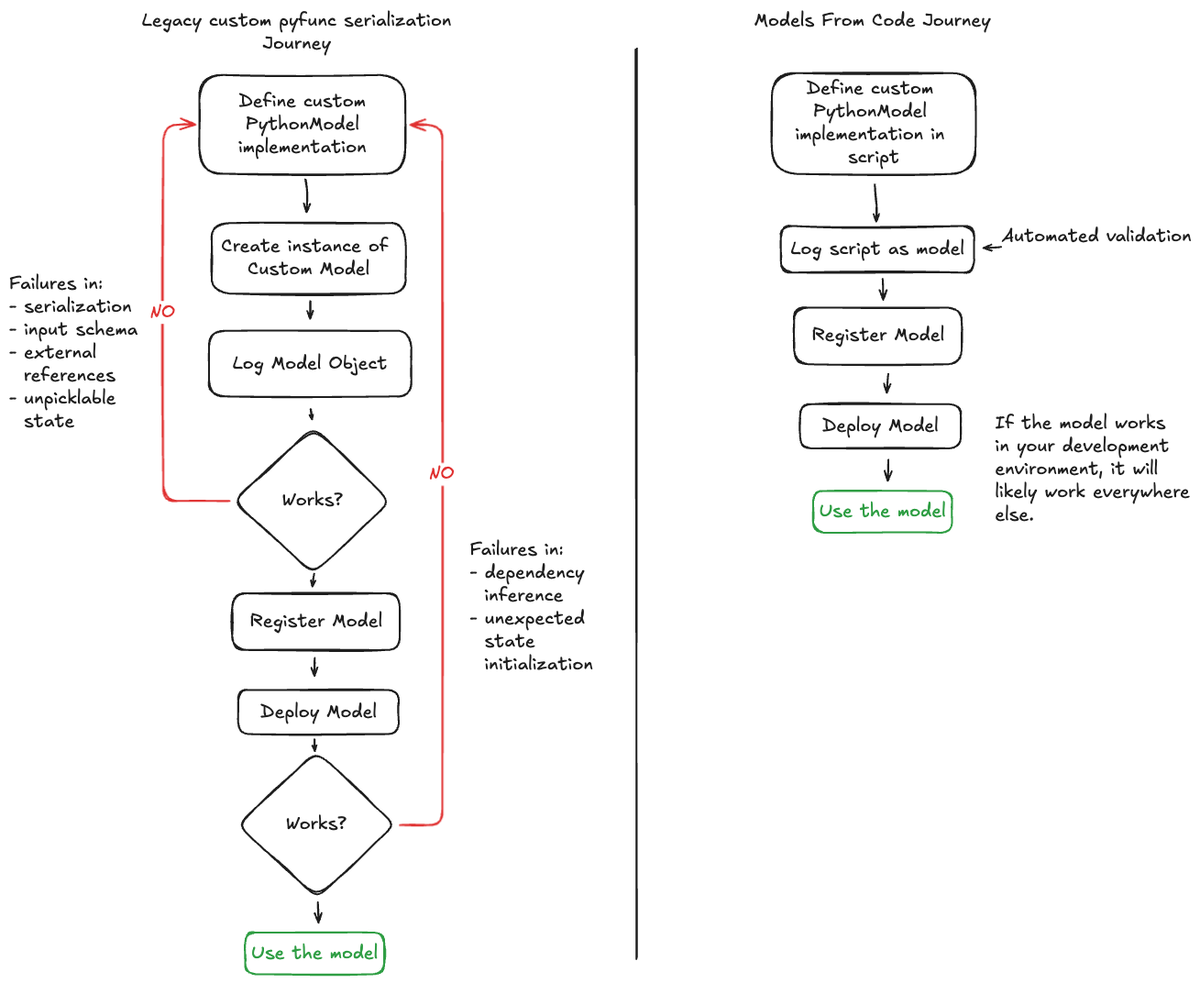
This is docs/source/_static/images/models/models_from_code_journey.png from mlflow/mlflow, a Excalidraw export, as it was before one commit. Source tidied: one line per element, renumbered; positions are measured from the earlier drawing's top-left corner, leaving out a move shared by most shapes. The source it was exported from:
```json
{"id": 0, "type": "rectangle", "strokeColor": "#1e1e1e", "strokeWidth": 2, "roughness": 1, "round": true, "x": 208, "y": 72, "width": 225, "height": 108}
{"id": 1, "type": "text", "text": "Define custom\nPythonModel\nimplementation", "strokeColor": "#1e1e1e", "strokeWidth": 2, "roughness": 1, "fontSize": 20, "fontFamily": 5, "textAlign": "center", "verticalAlign": "middle", "inside": 0, "x": 250, "y": 88, "width": 140, "height": 75}
{"id": 2, "type": "rectangle", "strokeColor": "#1e1e1e", "strokeWidth": 2, "roughness": 1, "round": true, "x": 221, "y": 233, "width": 211, "height": 77}
{"id": 3, "type": "text", "text": "Create instance of \nCustom Model", "strokeColor": "#1e1e1e", "strokeWidth": 2, "roughness": 1, "fontSize": 20, "fontFamily": 5, "textAlign": "center", "verticalAlign": "middle", "inside": 2, "x": 231, "y": 247, "width": 191, "height": 50}
{"id": 4, "type": "rectangle", "strokeColor": "#1e1e1e", "strokeWidth": 2, "roughness": 1, "round": true, "x": 218, "y": 351, "width": 221, "height": 72}
{"id": 5, "type": "text", "text": "Log Model Object", "strokeColor": "#1e1e1e", "strokeWidth": 2, "roughness": 1, "fontSize": 20, "fontFamily": 5, "textAlign": "center", "verticalAlign": "middle", "inside": 4, "x": 244, "y": 374, "width": 169, "height": 25}
{"id": 6, "type": "diamond", "strokeColor": "#1e1e1e", "strokeWidth": 2, "roughness": 1, "round": true, "x": 245, "y": 456, "width": 172, "height": 160}
{"id": 7, "type": "text", "text": "Works?", "strokeColor": "#1e1e1e", "strokeWidth": 2, "roughness": 1, "fontSize": 20, "fontFamily": 5, "textAlign": "center", "verticalAlign": "middle", "inside": 6, "x": 297, "y": 524, "width": 68, "height": 25}
{"id": 8, "type": "rectangle", "strokeColor": "#1e1e1e", "strokeWidth": 2, "roughness": 1, "round": true, "x": 243, "y": 637, "width": 183, "height": 62}
{"id": 9, "type": "text", "text": "Register Model", "strokeColor": "#1e1e1e", "strokeWidth": 2, "roughness": 1, "fontSize": 20, "fontFamily": 5, "textAlign": "center", "verticalAlign": "middle", "inside": 8, "x": 262, "y": 655, "width": 145, "height": 25}
{"id": 10, "type": "rectangle", "strokeColor": "#1e1e1e", "strokeWidth": 2, "roughness": 1, "round": true, "x": 250, "y": 742, "width": 175, "height": 48}
{"id": 11, "type": "text", "text": "Deploy Model", "strokeColor": "#1e1e1e", "strokeWidth": 2, "roughness": 1, "fontSize": 20, "fontFamily": 5, "textAlign": "center", "verticalAlign": "middle", "inside": 10, "x": 274, "y": 754, "width": 127, "height": 25}
{"id": 12, "type": "arrow", "strokeColor": "#1e1e1e", "strokeWidth": 2, "roughness": 1, "endArrowhead": "arrow", "round": true, "from": 0, "to": 2, "x": 324, "y": 186, "width": 1, "height": 35, "points": [[0, 0], [1, 15], [0, 35]]}
{"id": 13, "type": "arrow", "strokeColor": "#1e1e1e", "strokeWidth": 2, "roughness": 1, "endArrowhead": "arrow", "round": true, "from": 2, "to": 4, "x": 328, "y": 318, "width": 0, "height": 19, "points": [[0, 0], [0, 19]]}
{"id": 14, "type": "arrow", "strokeColor": "#1e1e1e", "strokeWidth": 2, "roughness": 1, "endArrowhead": "arrow", "round": true, "from": 6, "x": 329, "y": 436, "width": 1, "height": 11, "points": [[0, 0], [1, 11]]}
{"id": 15, "type": "arrow", "strokeColor": "#e03131", "strokeWidth": 2, "roughness": 1, "endArrowhead": "arrow", "from": 6, "to": 0, "x": 240, "y": 536, "width": 72, "height": 410, "points": [[0, 0], [-72, 0], [-72, -410], [-37, -410]]}
{"id": 16, "type": "text", "text": "NO", "strokeColor": "#e03131", "strokeWidth": 2, "roughness": 1, "fontSize": 20, "fontFamily": 5, "textAlign": "center", "verticalAlign": "middle", "inside": 15, "x": 154, "y": 318, "width": 28, "height": 25}
{"id": 17, "type": "arrow", "strokeColor": "#1e1e1e", "strokeWidth": 2, "roughness": 1, "endArrowhead": "arrow", "from": 6, "to": 8, "x": 333, "y": 616, "width": 2, "height": 14, "points": [[0, 0], [-2, 14]]}
{"id": 18, "type": "diamond", "strokeColor": "#1e1e1e", "strokeWidth": 2, "roughness": 1, "round": true, "x": 249, "y": 809, "width": 172, "height": 160}
{"id": 19, "type": "text", "text": "Works?", "strokeColor": "#1e1e1e", "strokeWidth": 2, "roughness": 1, "fontSize": 20, "fontFamily": 5, "textAlign": "center", "verticalAlign": "middle", "inside": 18, "x": 301, "y": 877, "width": 68, "height": 25}
{"id": 20, "type": "arrow", "strokeColor": "#1e1e1e", "strokeWidth": 2, "roughness": 1, "endArrowhead": "arrow", "from": 18, "x": 333, "y": 796, "width": 0, "height": 13, "points": [[0, 0], [0, 13]]}
{"id": 21, "type": "arrow", "strokeColor": "#1e1e1e", "strokeWidth": 2, "roughness": 1, "endArrowhead": "arrow", "from": 8, "to": 10, "x": 333, "y": 708, "width": 0, "height": 20, "points": [[0, 0], [0, 20]]}
{"id": 22, "type": "arrow", "strokeColor": "#e03131", "strokeWidth": 2, "roughness": 1, "endArrowhead": "arrow", "from": 18, "to": 0, "x": 426, "y": 889, "width": 46, "height": 764, "points": [[0, 0], [46, 0], [46, -764], [11, -764]]}
{"id": 23, "type": "text", "text": "NO", "strokeColor": "#e03131", "strokeWidth": 2, "roughness": 1, "fontSize": 20, "fontFamily": 5, "textAlign": "center", "verticalAlign": "middle", "inside": 22, "x": 458, "y": 495, "width": 28, "height": 25}
{"id": 24, "type": "rectangle", "strokeColor": "#2f9e44", "strokeWidth": 2, "roughness": 1, "round": true, "x": 257, "y": 1007, "width": 152, "height": 45}
{"id": 25, "type": "text", "text": "Use the model", "strokeColor": "#2f9e44", "strokeWidth": 2, "roughness": 1, "fontSize": 20, "fontFamily": 5, "textAlign": "center", "verticalAlign": "middle", "inside": 24, "x": 264, "y": 1017, "width": 138, "height": 25}
{"id": 26, "type": "arrow", "strokeColor": "#1e1e1e", "strokeWidth": 2, "roughness": 1, "endArrowhead": "arrow", "from": 18, "to": 24, "x": 337, "y": 974, "width": 1, "height": 22, "points": [[0, 0], [1, 22]]}
{"id": 27, "type": "text", "text": "Failures in:\n- serialization\n- input schema\n- external \n  references\n- unpicklable \n  state", "strokeColor": "#1e1e1e", "strokeWidth": 2, "roughness": 1, "fontSize": 20, "fontFamily": 5, "x": 0, "y": 287, "width": 140, "height": 175}
{"id": 28, "type": "text", "text": "Failures in:\n- dependency\n  inference\n- unexpected\n  state \n  initialization", "strokeColor": "#1e1e1e", "strokeWidth": 2, "roughness": 1, "fontSize": 20, "fontFamily": 5, "x": 502, "y": 577, "width": 150, "height": 150}
{"id": 29, "type": "rectangle", "strokeColor": "#1e1e1e", "strokeWidth": 2, "roughness": 1, "round": true, "x": 832, "y": 70, "width": 222, "height": 110}
{"id": 30, "type": "text", "text": "Define custom \nPythonModel \nimplementation in \nscript", "strokeColor": "#1e1e1e", "strokeWidth": 2, "roughness": 1, "fontSize": 20, "fontFamily": 5, "textAlign": "center", "verticalAlign": "middle", "inside": 29, "x": 857, "y": 75, "width": 171, "height": 100}
{"id": 31, "type": "rectangle", "strokeColor": "#1e1e1e", "strokeWidth": 2, "roughness": 1, "round": true, "x": 842, "y": 236, "width": 211, "height": 51}
{"id": 32, "type": "text", "text": "Log script as model", "strokeColor": "#1e1e1e", "strokeWidth": 2, "roughness": 1, "fontSize": 20, "fontFamily": 5, "textAlign": "center", "verticalAlign": "middle", "inside": 31, "x": 853, "y": 249, "width": 189, "height": 25}
{"id": 33, "type": "rectangle", "strokeColor": "#1e1e1e", "strokeWidth": 2, "roughness": 1, "round": true, "x": 856, "y": 325, "width": 183, "height": 62}
{"id": 34, "type": "text", "text": "Register Model", "strokeColor": "#1e1e1e", "strokeWidth": 2, "roughness": 1, "fontSize": 20, "fontFamily": 5, "textAlign": "center", "verticalAlign": "middle", "inside": 33, "x": 875, "y": 344, "width": 145, "height": 25}
{"id": 35, "type": "rectangle", "strokeColor": "#1e1e1e", "strokeWidth": 2, "roughness": 1, "round": true, "x": 863, "y": 431, "width": 175, "height": 48}
{"id": 36, "type": "text", "text": "Deploy Model", "strokeColor": "#1e1e1e", "strokeWidth": 2, "roughness": 1, "fontSize": 20, "fontFamily": 5, "textAlign": "center", "verticalAlign": "middle", "inside": 35, "x": 887, "y": 442, "width": 127, "height": 25}
{"id": 37, "type": "rectangle", "strokeColor": "#2f9e44", "strokeWidth": 2, "roughness": 1, "round": true, "x": 877, "y": 526, "width": 152, "height": 45}
{"id": 38, "type": "text", "text": "Use the model", "strokeColor": "#2f9e44", "strokeWidth": 2, "roughness": 1, "fontSize": 20, "fontFamily": 5, "textAlign": "center", "verticalAlign": "middle", "inside": 37, "x": 884, "y": 536, "width": 138, "height": 25}
{"id": 39, "type": "arrow", "strokeColor": "#1e1e1e", "strokeWidth": 2, "roughness": 1, "endArrowhead": "arrow", "from": 29, "to": 31, "x": 944, "y": 191, "width": 2, "height": 41, "points": [[0, 0], [2, 23], [2, 41]]}
{"id": 40, "type": "arrow", "strokeColor": "#1e1e1e", "strokeWidth": 2, "roughness": 1, "endArrowhead": "arrow", "from": 31, "to": 33, "x": 953, "y": 294, "width": 1, "height": 23, "points": [[0, 0], [1, 23]]}
{"id": 41, "type": "arrow", "strokeColor": "#1e1e1e", "strokeWidth": 2, "roughness": 1, "endArrowhead": "arrow", "from": 33, "to": 35, "x": 959, "y": 398, "width": 2, "height": 21, "points": [[0, 0], [-2, 21]]}
{"id": 42, "type": "arrow", "strokeColor": "#1e1e1e", "strokeWidth": 2, "roughness": 1, "endArrowhead": "arrow", "from": 35, "to": 37, "x": 959, "y": 491, "width": 1, "height": 23, "points": [[0, 0], [-1, 23]]}
{"id": 43, "type": "text", "text": "If the model works\nin your development\nenvironment, it will \nlikely work everywhere\nelse.", "strokeColor": "#1e1e1e", "strokeWidth": 2, "roughness": 1, "fontSize": 20, "fontFamily": 5, "x": 1076, "y": 440, "width": 213, "height": 125}
{"id": 44, "type": "text", "text": "Legacy custom pyfunc serialization\nJourney", "strokeColor": "#1e1e1e", "strokeWidth": 2, "roughness": 1, "fontSize": 20, "fontFamily": 5, "textAlign": "center", "x": 145, "y": 0, "width": 337, "height": 50}
{"id": 45, "type": "text", "text": "Automated validation", "strokeColor": "#1e1e1e", "strokeWidth": 2, "roughness": 1, "fontSize": 20, "fontFamily": 5, "x": 1083, "y": 236, "width": 207, "height": 25}
{"id": 46, "type": "arrow", "strokeColor": "#1e1e1e", "strokeWidth": 2, "roughness": 1, "endArrowhead": "arrow", "from": 45, "to": 31, "x": 1082, "y": 259, "width": 19, "height": 1, "points": [[0, 0], [-19, 1]]}
{"id": 47, "type": "text", "text": "Models From Code Journey", "strokeColor": "#1e1e1e", "strokeWidth": 2, "roughness": 1, "fontSize": 20, "fontFamily": 5, "x": 813, "y": 0, "width": 259, "height": 25}
{"id": 48, "type": "line", "strokeColor": "#1e1e1e", "strokeWidth": 2, "roughness": 1, "round": true, "x": 684, "y": 44, "width": 0, "height": 990, "points": [[0, 0], [0, 990]]}
```
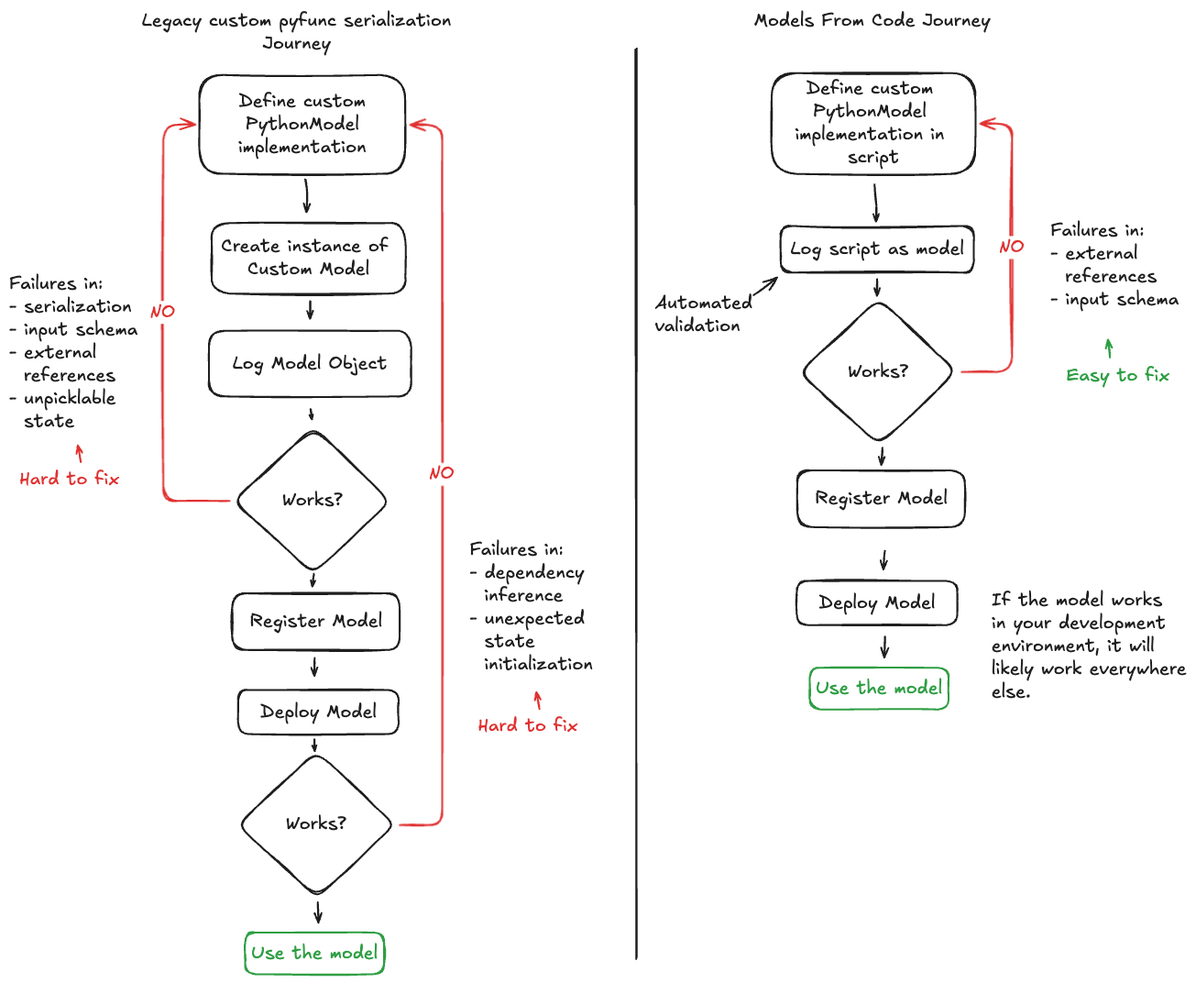
After the commit.

Diff of the diagram source:
```diff
@@ -31,19 +31,31 @@
 {"id": 30, "type": "text", "text": "Define custom \nPythonModel \nimplementation in \nscript", "strokeColor": "#1e1e1e", "strokeWidth": 2, "roughness": 1, "fontSize": 20, "fontFamily": 5, "textAlign": "center", "verticalAlign": "middle", "inside": 29, "x": 857, "y": 75, "width": 171, "height": 100}
 {"id": 31, "type": "rectangle", "strokeColor": "#1e1e1e", "strokeWidth": 2, "roughness": 1, "round": true, "x": 842, "y": 236, "width": 211, "height": 51}
 {"id": 32, "type": "text", "text": "Log script as model", "strokeColor": "#1e1e1e", "strokeWidth": 2, "roughness": 1, "fontSize": 20, "fontFamily": 5, "textAlign": "center", "verticalAlign": "middle", "inside": 31, "x": 853, "y": 249, "width": 189, "height": 25}
-{"id": 33, "type": "rectangle", "strokeColor": "#1e1e1e", "strokeWidth": 2, "roughness": 1, "round": true, "x": 856, "y": 325, "width": 183, "height": 62}
+{"id": 33, "type": "rectangle", "strokeColor": "#1e1e1e", "strokeWidth": 2, "roughness": 1, "round": true, "x": 860, "y": 503, "width": 183, "height": 62}
-{"id": 34, "type": "text", "text": "Register Model", "strokeColor": "#1e1e1e", "strokeWidth": 2, "roughness": 1, "fontSize": 20, "fontFamily": 5, "textAlign": "center", "verticalAlign": "middle", "inside": 33, "x": 875, "y": 344, "width": 145, "height": 25}
+{"id": 34, "type": "text", "text": "Register Model", "strokeColor": "#1e1e1e", "strokeWidth": 2, "roughness": 1, "fontSize": 20, "fontFamily": 5, "textAlign": "center", "verticalAlign": "middle", "inside": 33, "x": 879, "y": 521, "width": 145, "height": 25}
-{"id": 35, "type": "rectangle", "strokeColor": "#1e1e1e", "strokeWidth": 2, "roughness": 1, "round": true, "x": 863, "y": 431, "width": 175, "height": 48}
+{"id": 35, "type": "rectangle", "strokeColor": "#1e1e1e", "strokeWidth": 2, "roughness": 1, "round": true, "x": 859, "y": 624, "width": 175, "height": 48}
-{"id": 36, "type": "text", "text": "Deploy Model", "strokeColor": "#1e1e1e", "strokeWidth": 2, "roughness": 1, "fontSize": 20, "fontFamily": 5, "textAlign": "center", "verticalAlign": "middle", "inside": 35, "x": 887, "y": 442, "width": 127, "height": 25}
+{"id": 36, "type": "text", "text": "Deploy Model", "strokeColor": "#1e1e1e", "strokeWidth": 2, "roughness": 1, "fontSize": 20, "fontFamily": 5, "textAlign": "center", "verticalAlign": "middle", "inside": 35, "x": 884, "y": 635, "width": 127, "height": 25}
-{"id": 37, "type": "rectangle", "strokeColor": "#2f9e44", "strokeWidth": 2, "roughness": 1, "round": true, "x": 877, "y": 526, "width": 152, "height": 45}
+{"id": 37, "type": "rectangle", "strokeColor": "#2f9e44", "strokeWidth": 2, "roughness": 1, "round": true, "x": 873, "y": 718, "width": 152, "height": 45}
-{"id": 38, "type": "text", "text": "Use the model", "strokeColor": "#2f9e44", "strokeWidth": 2, "roughness": 1, "fontSize": 20, "fontFamily": 5, "textAlign": "center", "verticalAlign": "middle", "inside": 37, "x": 884, "y": 536, "width": 138, "height": 25}
+{"id": 38, "type": "text", "text": "Use the model", "strokeColor": "#2f9e44", "strokeWidth": 2, "roughness": 1, "fontSize": 20, "fontFamily": 5, "textAlign": "center", "verticalAlign": "middle", "inside": 37, "x": 880, "y": 729, "width": 138, "height": 25}
 {"id": 39, "type": "arrow", "strokeColor": "#1e1e1e", "strokeWidth": 2, "roughness": 1, "endArrowhead": "arrow", "from": 29, "to": 31, "x": 944, "y": 191, "width": 2, "height": 41, "points": [[0, 0], [2, 23], [2, 41]]}
-{"id": 40, "type": "arrow", "strokeColor": "#1e1e1e", "strokeWidth": 2, "roughness": 1, "endArrowhead": "arrow", "from": 31, "to": 33, "x": 953, "y": 294, "width": 1, "height": 23, "points": [[0, 0], [1, 23]]}
-{"id": 41, "type": "arrow", "strokeColor": "#1e1e1e", "strokeWidth": 2, "roughness": 1, "endArrowhead": "arrow", "from": 33, "to": 35, "x": 959, "y": 398, "width": 2, "height": 21, "points": [[0, 0], [-2, 21]]}
+{"id": 41, "type": "arrow", "strokeColor": "#1e1e1e", "strokeWidth": 2, "roughness": 1, "endArrowhead": "arrow", "to": 35, "x": 956, "y": 590, "width": 2, "height": 21, "points": [[0, 0], [-2, 21]]}
-{"id": 42, "type": "arrow", "strokeColor": "#1e1e1e", "strokeWidth": 2, "roughness": 1, "endArrowhead": "arrow", "from": 35, "to": 37, "x": 959, "y": 491, "width": 1, "height": 23, "points": [[0, 0], [-1, 23]]}
+{"id": 42, "type": "arrow", "strokeColor": "#1e1e1e", "strokeWidth": 2, "roughness": 1, "endArrowhead": "arrow", "from": 35, "to": 37, "x": 956, "y": 684, "width": 1, "height": 23, "points": [[0, 0], [-1, 23]]}
-{"id": 43, "type": "text", "text": "If the model works\nin your development\nenvironment, it will \nlikely work everywhere\nelse.", "strokeColor": "#1e1e1e", "strokeWidth": 2, "roughness": 1, "fontSize": 20, "fontFamily": 5, "x": 1076, "y": 440, "width": 213, "height": 125}
+{"id": 43, "type": "text", "text": "If the model works\nin your development\nenvironment, it will \nlikely work everywhere\nelse.", "strokeColor": "#1e1e1e", "strokeWidth": 2, "roughness": 1, "fontSize": 20, "fontFamily": 5, "x": 1072, "y": 632, "width": 213, "height": 125}
 {"id": 44, "type": "text", "text": "Legacy custom pyfunc serialization\nJourney", "strokeColor": "#1e1e1e", "strokeWidth": 2, "roughness": 1, "fontSize": 20, "fontFamily": 5, "textAlign": "center", "x": 145, "y": 0, "width": 337, "height": 50}
-{"id": 45, "type": "text", "text": "Automated validation", "strokeColor": "#1e1e1e", "strokeWidth": 2, "roughness": 1, "fontSize": 20, "fontFamily": 5, "x": 1083, "y": 236, "width": 207, "height": 25}
+{"id": 45, "type": "text", "text": "Automated\nvalidation", "strokeColor": "#1e1e1e", "strokeWidth": 2, "roughness": 1, "fontSize": 20, "fontFamily": 5, "x": 705, "y": 308, "width": 106, "height": 50}
-{"id": 46, "type": "arrow", "strokeColor": "#1e1e1e", "strokeWidth": 2, "roughness": 1, "endArrowhead": "arrow", "from": 45, "to": 31, "x": 1082, "y": 259, "width": 19, "height": 1, "points": [[0, 0], [-19, 1]]}
+{"id": 46, "type": "arrow", "strokeColor": "#1e1e1e", "strokeWidth": 2, "roughness": 1, "endArrowhead": "arrow", "from": 45, "to": 31, "x": 812, "y": 312, "width": 26, "height": 19, "points": [[0, 0], [26, -19]]}
 {"id": 47, "type": "text", "text": "Models From Code Journey", "strokeColor": "#1e1e1e", "strokeWidth": 2, "roughness": 1, "fontSize": 20, "fontFamily": 5, "x": 813, "y": 0, "width": 259, "height": 25}
 {"id": 48, "type": "line", "strokeColor": "#1e1e1e", "strokeWidth": 2, "roughness": 1, "round": true, "x": 684, "y": 44, "width": 0, "height": 990, "points": [[0, 0], [0, 990]]}
+{"id": 49, "type": "diamond", "strokeColor": "#1e1e1e", "strokeWidth": 2, "roughness": 1, "round": true, "x": 862, "y": 316, "width": 172, "height": 160}
+{"id": 50, "type": "text", "text": "Works?", "strokeColor": "#1e1e1e", "strokeWidth": 2, "roughness": 1, "fontSize": 20, "fontFamily": 5, "textAlign": "center", "verticalAlign": "middle", "inside": 49, "x": 914, "y": 383, "width": 68, "height": 25}
+{"id": 51, "type": "arrow", "strokeColor": "#1e1e1e", "strokeWidth": 2, "roughness": 1, "endArrowhead": "arrow", "from": 49, "x": 947, "y": 294, "width": 0, "height": 18, "points": [[0, 0], [0, 18]]}
+{"id": 52, "type": "arrow", "strokeColor": "#1e1e1e", "strokeWidth": 2, "roughness": 1, "endArrowhead": "arrow", "from": 49, "x": 953, "y": 478, "width": 1, "height": 19, "points": [[0, 0], [-1, 19]]}
+{"id": 53, "type": "arrow", "strokeColor": "#e03131", "strokeWidth": 2, "roughness": 1, "endArrowhead": "arrow", "from": 49, "to": 29, "x": 1039, "y": 395, "width": 55, "height": 271, "points": [[0, 0], [55, 0], [55, -271], [20, -271]]}
+{"id": 54, "type": "text", "text": "NO", "strokeColor": "#e03131", "strokeWidth": 2, "roughness": 1, "fontSize": 20, "fontFamily": 5, "textAlign": "center", "verticalAlign": "middle", "inside": 53, "x": 1080, "y": 247, "width": 28, "height": 25}
+{"id": 55, "type": "text", "text": "Failures in:\n- external \n  references\n- input schema", "strokeColor": "#1e1e1e", "strokeWidth": 2, "roughness": 1, "fontSize": 20, "fontFamily": 5, "x": 1136, "y": 230, "width": 140, "height": 100}
+{"id": 56, "type": "text", "text": "Easy to fix", "strokeColor": "#2f9e44", "strokeWidth": 2, "roughness": 1, "fontSize": 20, "fontFamily": 5, "x": 1153, "y": 387, "width": 113, "height": 25}
+{"id": 57, "type": "arrow", "strokeColor": "#2f9e44", "strokeWidth": 2, "roughness": 1, "endArrowhead": "arrow", "from": 56, "x": 1201, "y": 380, "width": 2, "height": 20, "points": [[0, 0], [-2, -20]]}
+{"id": 58, "type": "text", "text": "Hard to fix", "strokeColor": "#e03131", "strokeWidth": 2, "roughness": 1, "fontSize": 20, "fontFamily": 5, "x": 11, "y": 501, "width": 109, "height": 25}
+{"id": 59, "type": "arrow", "strokeColor": "#e03131", "strokeWidth": 2, "roughness": 1, "endArrowhead": "arrow", "from": 58, "to": 27, "x": 78, "y": 494, "width": 3, "height": 18, "points": [[0, 0], [-3, -18]]}
+{"id": 60, "type": "text", "text": "Hard to fix", "strokeColor": "#e03131", "strokeWidth": 2, "roughness": 1, "fontSize": 20, "fontFamily": 5, "x": 512, "y": 770, "width": 109, "height": 25}
+{"id": 61, "type": "arrow", "strokeColor": "#e03131", "strokeWidth": 2, "roughness": 1, "endArrowhead": "arrow", "from": 60, "x": 579, "y": 763, "width": 3, "height": 18, "points": [[0, 0], [-3, -18]]}
```
